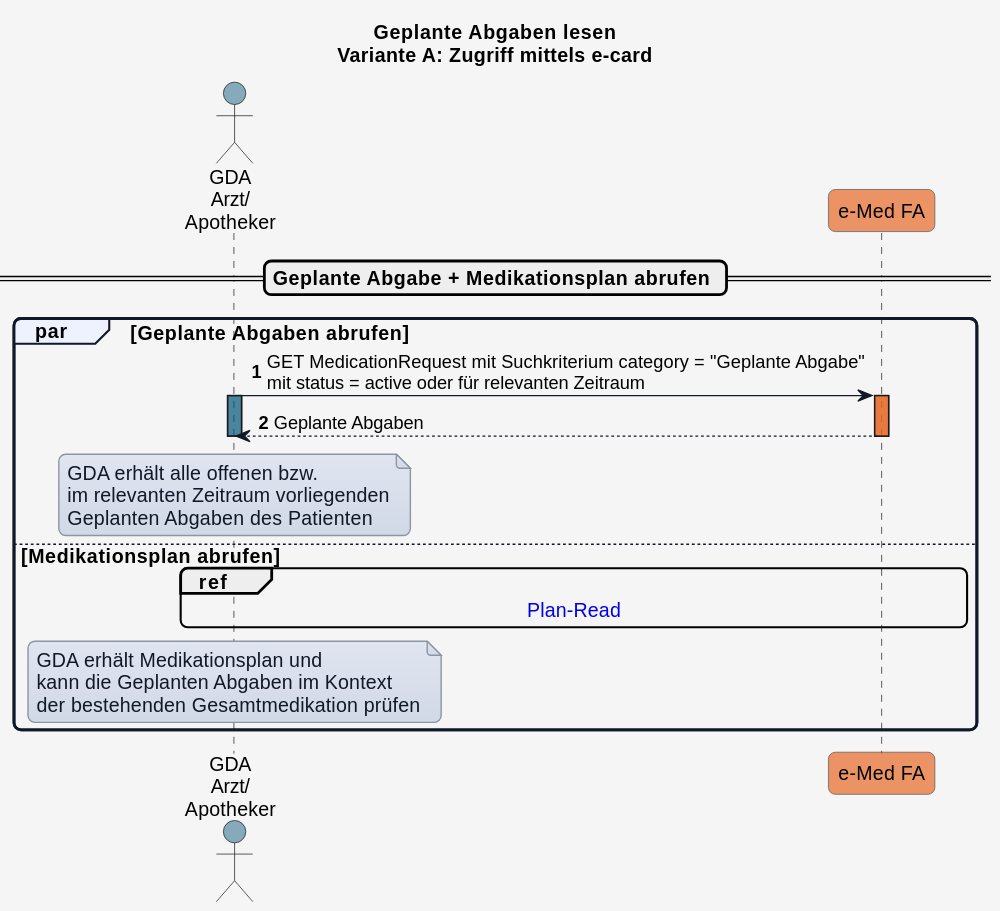
This is input/images/plantuml/UC_eMed_07_01_a.svg from HL7Austria/ELGA-e-Medikation-R4, a PlantUML export, as it was before one commit.
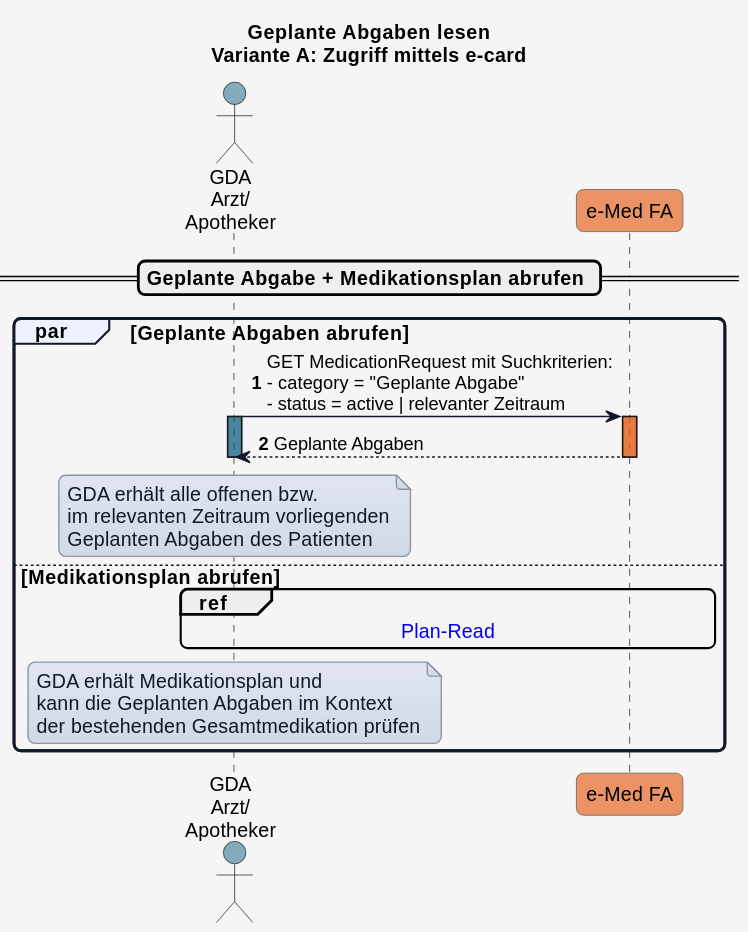
Later version of the same file.

What changed in the source:
```diff
@@ -57,7 +57,7 @@
 
 
 par Geplante Abgaben abrufen
-  GDA_1 -> eMed_FA: GET MedicationRequest mit Suchkriterium category = "Geplante Abgabe"\nmit status = active oder für relevanten Zeitraum
+  GDA_1 -> eMed_FA: GET MedicationRequest mit Suchkriterien:\n- category = "Geplante Abgabe"\n- status = active | relevanter Zeitraum
   activate GDA_1 COLOR_GDA_1
   activate eMed_FA COLOR_EMED_FA
   eMed_FA --> GDA_1: Geplante Abgaben
```
